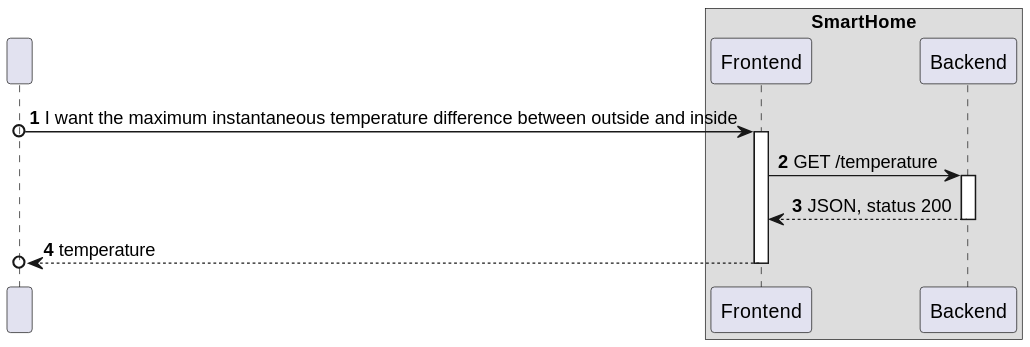
Above: docs/C4_4plus1_models/Level2/ProcessView/ProcessViewLevel2_UC13_v1.svg in moutajDev/smarthome (PlantUML), before the change. The source it was exported from:
```plantuml
@startuml
!pragma layout smetana

autonumber

participant " " as HTTP

box "SmartHome"
    participant "Frontend" as FE
    participant "Backend" as BE

end box


HTTP o-> FE : I want the maximum instantaneous temperature difference between outside and inside
activate FE

FE -> BE : GET /temperature
activate BE

BE --> FE : JSON, status 200
deactivate BE

FE -->o HTTP : temperature
deactivate FE
@enduml
```
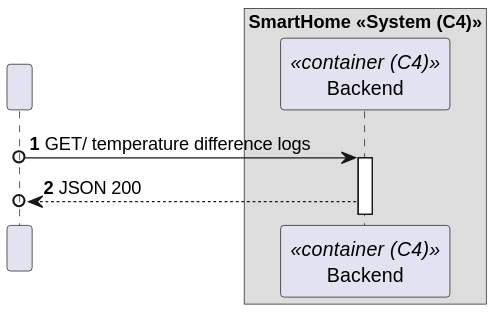
After the change.

The edit, as a diff of the source:
```diff
@@ -5,22 +5,15 @@
 
 participant " " as HTTP
 
-box "SmartHome"
-    participant "Frontend" as FE
-    participant "Backend" as BE
+box "SmartHome <<System (C4)>>"
+    participant "Backend" as BE<<container (C4)>>
 
 end box
 
 
-HTTP o-> FE : I want the maximum instantaneous temperature difference between outside and inside
-activate FE
-
-FE -> BE : GET /temperature
+HTTP o-> BE : GET/ temperature difference logs
 activate BE
 
-BE --> FE : JSON, status 200
-deactivate BE
 
-FE -->o HTTP : temperature
-deactivate FE
+BE -->o HTTP : JSON 200
 @enduml
```
